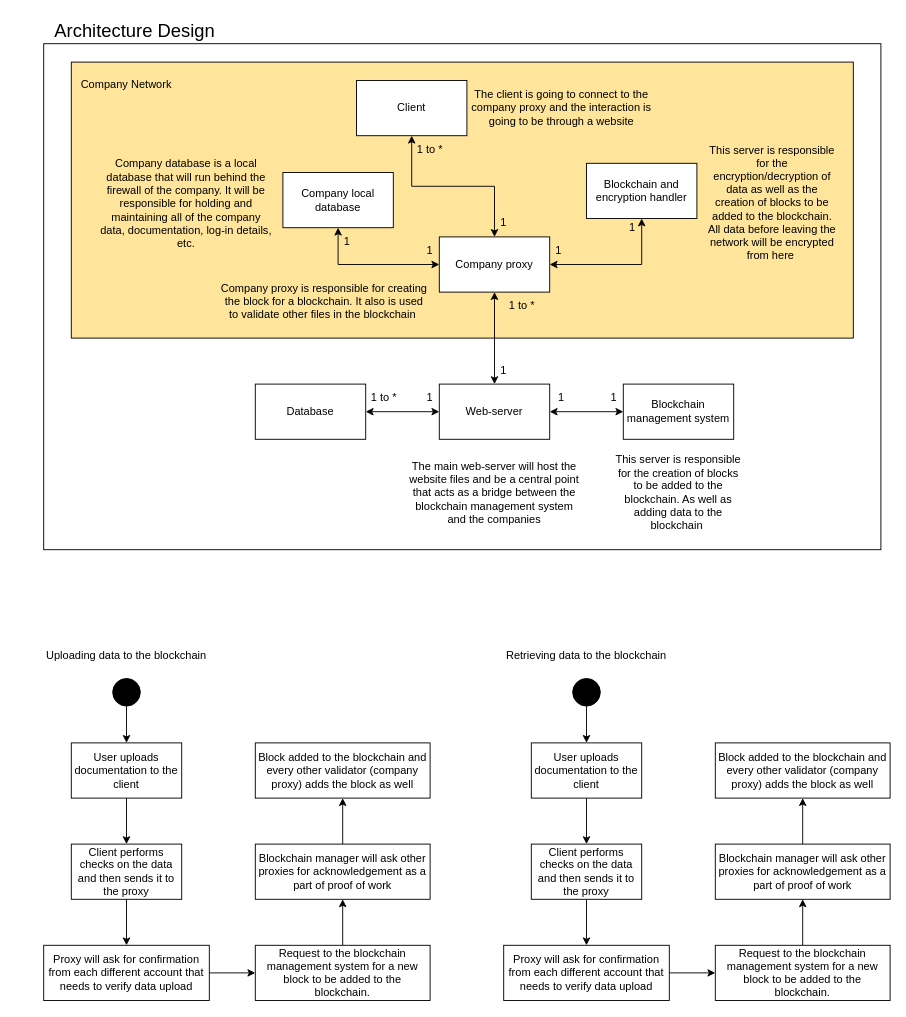
LouisDonaldson/Blockchain-Cloud-Storage-Web-Service keeps this draw.io diagram as documentation/New Architecture Diagram (3).drawio. Above is the earlier version. Source tidied: cells renumbered, new cells numbered last; positions are measured from the earlier drawing's top-left corner, leaving out a move shared by most shapes. Both pictures are drawn from the tidied source at 92%, with x=0, y=0 at pixel (16, 16).
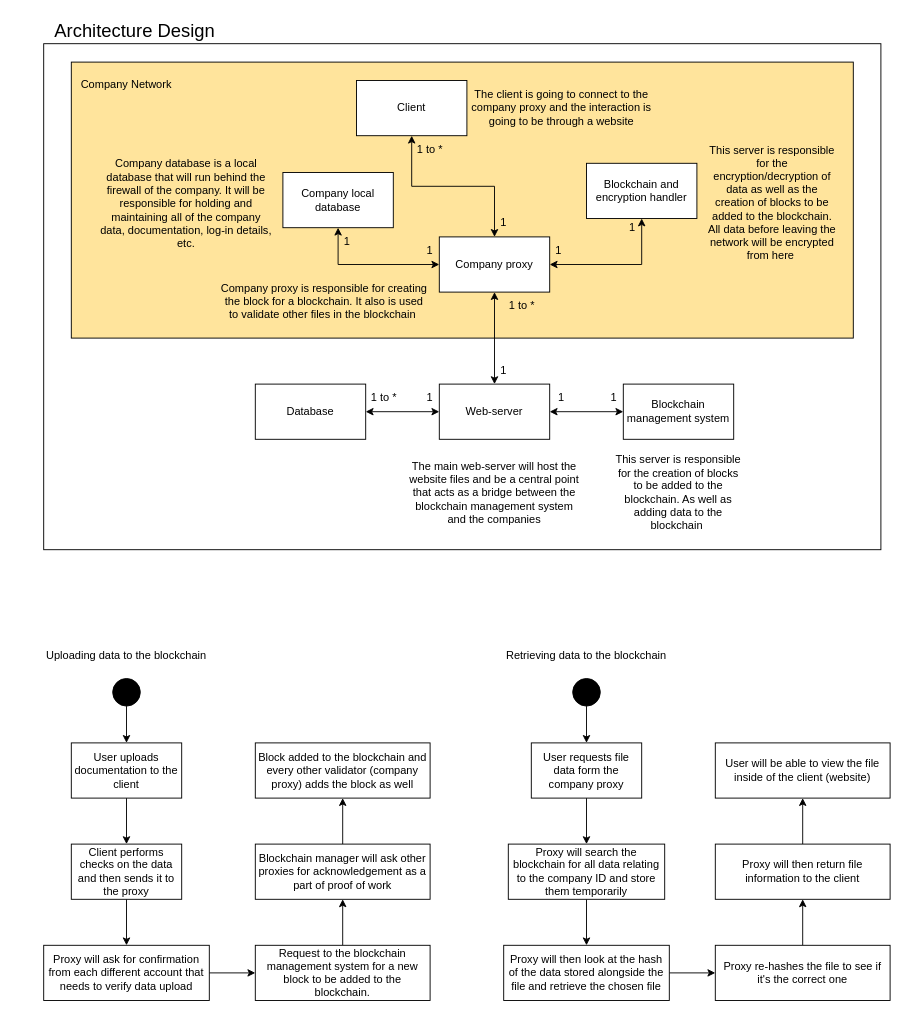
After the change.

Diff of the diagram source:
```diff
@@
-    <mxCell id="55" value="User uploads documentation to the client" style="whiteSpace=wrap;html=1;fillColor=#FFFFFF;" parent="1" vertex="1">
+    <mxCell id="55" value="User requests file data form the company proxy" style="whiteSpace=wrap;html=1;fillColor=#FFFFFF;" parent="1" vertex="1">
       <mxGeometry x="560" y="790" width="120" height="60" as="geometry" />
     </mxCell>
@@
-    <mxCell id="57" value="Client performs checks on the data and then sends it to the proxy" style="whiteSpace=wrap;html=1;fillColor=#FFFFFF;" parent="1" vertex="1">
-      <mxGeometry x="560" y="900" width="120" height="60" as="geometry" />
+    <mxCell id="57" value="Proxy will search the blockchain for all data relating to the company ID and store them temporarily" style="whiteSpace=wrap;html=1;fillColor=#FFFFFF;" parent="1" vertex="1">
+      <mxGeometry x="535" y="900" width="170" height="60" as="geometry" />
     </mxCell>
@@
-    <mxCell id="59" value="Proxy will ask for confirmation from each different account that needs to verify data upload" style="whiteSpace=wrap;html=1;fillColor=#FFFFFF;" parent="1" vertex="1">
+    <mxCell id="59" value="Proxy will then look at the hash of the data stored alongside the file and retrieve the chosen file" style="whiteSpace=wrap;html=1;fillColor=#FFFFFF;" parent="1" vertex="1">
       <mxGeometry x="530" y="1010" width="180" height="60" as="geometry" />
     </mxCell>
@@
-    <mxCell id="61" value="Request to the blockchain management system for a new block to be added to the blockchain." style="whiteSpace=wrap;html=1;fillColor=#FFFFFF;" parent="1" vertex="1">
+    <mxCell id="61" value="Proxy re-hashes the file to see if it's the correct one" style="whiteSpace=wrap;html=1;fillColor=#FFFFFF;" parent="1" vertex="1">
       <mxGeometry x="760" y="1010" width="190" height="60" as="geometry" />
     </mxCell>
@@
-    <mxCell id="63" value="Blockchain manager will ask other proxies for acknowledgement as a part of proof of work" style="whiteSpace=wrap;html=1;fillColor=#FFFFFF;" parent="1" vertex="1">
+    <mxCell id="63" value="Proxy will then return file information to the client" style="whiteSpace=wrap;html=1;fillColor=#FFFFFF;" parent="1" vertex="1">
       <mxGeometry x="760" y="900" width="190" height="60" as="geometry" />
     </mxCell>
-    <mxCell id="64" value="Block added to the blockchain and every other validator (company proxy) adds the block as well" style="whiteSpace=wrap;html=1;fillColor=#FFFFFF;" parent="1" vertex="1">
+    <mxCell id="64" value="User will be able to view the file inside of the client (website)" style="whiteSpace=wrap;html=1;fillColor=#FFFFFF;" parent="1" vertex="1">
       <mxGeometry x="760" y="790" width="190" height="60" as="geometry" />
     </mxCell>
```
